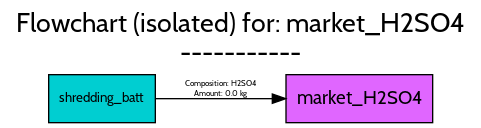
Earlier version of the Graphviz export src/futuram/examples/ELV/figures/flowcharts/processes/png/market_H2SO4.png (FutuRaM-Project/Recovery-Model). Its source is kept beside it as src/futuram/examples/ELV/figures/flowcharts/processes/dot/market_H2SO4.dot. Its diagram source:
```dot
digraph {
	graph [bb="0,0,353,88",
		font=Cabin,
		fontname=Cabin,
		fontsize=20,
		label="Flowchart (isolated) for: market_H2SO4
-----------",
		labeljust=c,
		labelloc=tc,
		lheight=0.61,
		lp="176.5,62",
		lwidth=4.68,
		nodesep=0.6,
		rankdir=LR,
		ranksep=0.6
	];
	node [label="\N"];
	market_H2SO4	[fillcolor=mediumorchid1,
		fontname=Cabin,
		fontsize=14,
		height=0.5,
		pos="265.5,18",
		shape=box,
		style=filled,
		width=1.5278];
	shredding_batt	[fillcolor=darkturquoise,
		fontname=Cabin,
		fontsize=10,
		height=0.5,
		pos="72.5,18",
		shape=box,
		style=filled,
		width=1.1111];
	shredding_batt -> market_H2SO4	[color=black,
		fontname=Cabin,
		fontsize=6,
		label="Composition: H2SO4
Amount: 0.0 kg",
		lp="161.5,25",
		pos="e,210.24,18 112.61,18 137.8,18 171.14,18 200.17,18"];
}
```
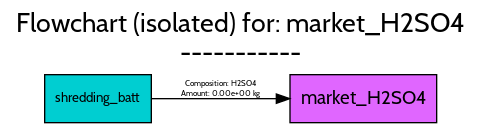
The same diagram one commit later.

The edit, as a diff of the source:
```diff
@@ -19,7 +19,7 @@
 		fontname=Cabin,
 		fontsize=14,
 		height=0.5,
-		pos="265.5,18",
+		pos="268.5,18",
 		shape=box,
 		style=filled,
 		width=1.5278];
@@ -27,7 +27,7 @@
 		fontname=Cabin,
 		fontsize=10,
 		height=0.5,
-		pos="72.5,18",
+		pos="69.5,18",
 		shape=box,
 		style=filled,
 		width=1.1111];
@@ -35,7 +35,7 @@
 		fontname=Cabin,
 		fontsize=6,
 		label="Composition: H2SO4
-Amount: 0.0 kg",
+Amount: 0.00e+00 kg",
 		lp="161.5,25",
-		pos="e,210.24,18 112.61,18 137.8,18 171.14,18 200.17,18"];
+		pos="e,213.25,18 109.89,18 136.52,18 172.31,18 203.04,18"];
 }
```
